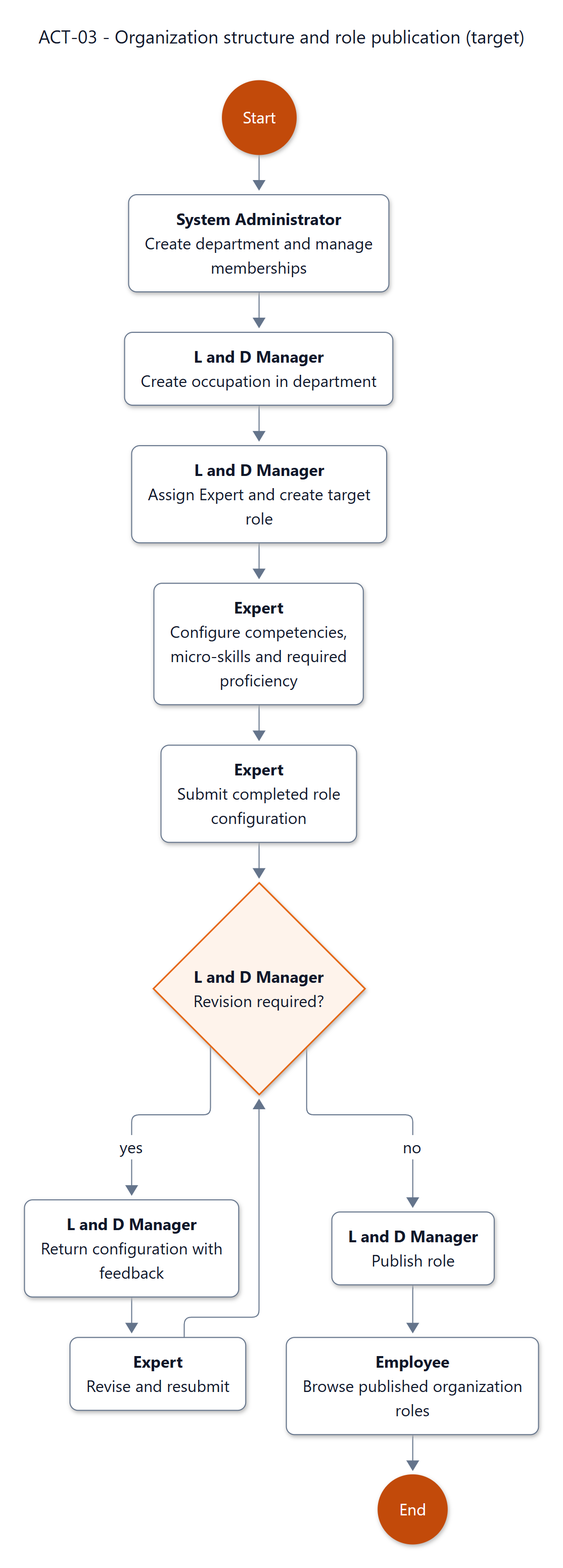
Before: documents/diagrams/mermaid/act-03.png, a diagram exported from Mermaid (SEP490-Fall-2026-GFA26SE64/SEP490). Its source is kept beside it as documents/diagrams/mermaid/act-03.mmd. The source it was exported from:
```mermaid
---
title: "ACT-03 - Organization structure and role publication (target)"
config: {"theme":"base","fontFamily":"Segoe UI, Arial, sans-serif","themeVariables":{"fontFamily":"Segoe UI, Arial, sans-serif","fontSize":"16px","primaryColor":"#ffffff","primaryTextColor":"#0f1729","primaryBorderColor":"#64748b","secondaryColor":"#fef3eb","tertiaryColor":"#ffffff","lineColor":"#64748b","textColor":"#0f1729","mainBkg":"#ffffff","background":"#ffffff","clusterBkg":"#ffffff","clusterBorder":"#64748b","edgeLabelBackground":"#ffffff","titleColor":"#0f1729","noteBkgColor":"#fef3eb","noteTextColor":"#0f1729","noteBorderColor":"#e6650f","secondaryBorderColor":"#64748b","tertiaryBorderColor":"#64748b","secondaryTextColor":"#0f1729","tertiaryTextColor":"#0f1729"},"layout":"elk","elk":{"mergeEdges":false,"nodePlacementStrategy":"NETWORK_SIMPLEX"},"flowchart":{"htmlLabels":true,"nodeSpacing":28,"rankSpacing":56,"curve":"linear","diagramPadding":24,"padding":16,"wrappingWidth":250}}
---
flowchart TD
    SRS_ACT_03_N1(("Start"))
    SRS_ACT_03_N2["<b>System Administrator</b><br/>Create department and manage<br/>memberships"]
    SRS_ACT_03_N3["<b>L and D Manager</b><br/>Create occupation in department"]
    SRS_ACT_03_N4["<b>L and D Manager</b><br/>Assign Expert and create target<br/>role"]
    SRS_ACT_03_N7{"<b>L and D Manager</b><br/>Revision required?"}
    SRS_ACT_03_N8["<b>L and D Manager</b><br/>Return configuration with<br/>feedback"]
    SRS_ACT_03_N10["<b>L and D Manager</b><br/>Publish role"]
    SRS_ACT_03_N5["<b>Expert</b><br/>Configure competencies,<br/>micro-skills and required<br/>proficiency"]
    SRS_ACT_03_N6["<b>Expert</b><br/>Submit completed role<br/>configuration"]
    SRS_ACT_03_N9["<b>Expert</b><br/>Revise and resubmit"]
    SRS_ACT_03_N11["<b>Employee</b><br/>Browse published organization<br/>roles"]
    SRS_ACT_03_N12(("End"))
  SRS_ACT_03_N1 --> SRS_ACT_03_N2
  SRS_ACT_03_N2 --> SRS_ACT_03_N3
  SRS_ACT_03_N3 --> SRS_ACT_03_N4
  SRS_ACT_03_N4 --> SRS_ACT_03_N5
  SRS_ACT_03_N5 --> SRS_ACT_03_N6
  SRS_ACT_03_N6 --> SRS_ACT_03_N7
  SRS_ACT_03_N7 -->|"yes"| SRS_ACT_03_N8
  SRS_ACT_03_N8 --> SRS_ACT_03_N9
  SRS_ACT_03_N9 --> SRS_ACT_03_N7
  SRS_ACT_03_N7 -->|"no"| SRS_ACT_03_N10
  SRS_ACT_03_N10 --> SRS_ACT_03_N11
  SRS_ACT_03_N11 --> SRS_ACT_03_N12

  classDef default fill:#ffffff,stroke:#64748b,color:#0f1729,stroke-width:1px,rx:8,ry:8
  classDef decision fill:#fef3eb,stroke:#e6650f,color:#0f1729,stroke-width:1.5px
  class SRS_ACT_03_N7 decision
  classDef entry fill:#c24a0a,stroke:#c24a0a,color:#ffffff,stroke-width:1.5px
  class SRS_ACT_03_N1,SRS_ACT_03_N12 entry
```
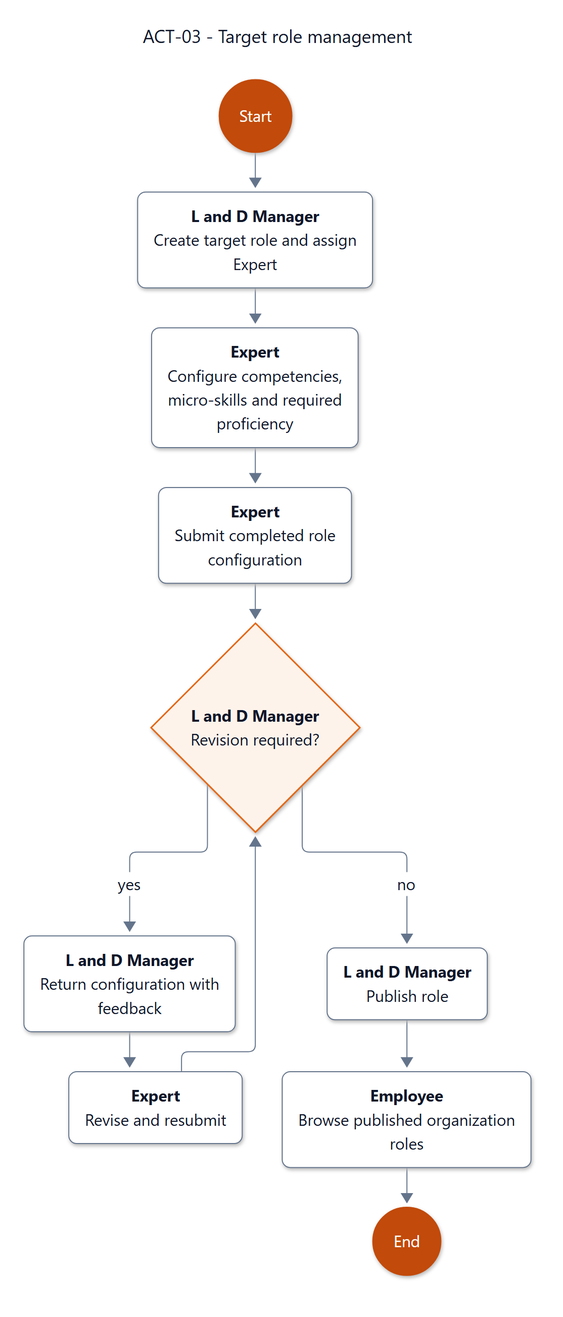
The same diagram one commit later.

Commit message:
change target role documents

What changed in the source:
```diff
@@ -1,12 +1,10 @@
 ---
-title: "ACT-03 - Organization structure and role publication (target)"
+title: "ACT-03 - Target role management"
 config: {"theme":"base","fontFamily":"Segoe UI, Arial, sans-serif","themeVariables":{"fontFamily":"Segoe UI, Arial, sans-serif","fontSize":"16px","primaryColor":"#ffffff","primaryTextColor":"#0f1729","primaryBorderColor":"#64748b","secondaryColor":"#fef3eb","tertiaryColor":"#ffffff","lineColor":"#64748b","textColor":"#0f1729","mainBkg":"#ffffff","background":"#ffffff","clusterBkg":"#ffffff","clusterBorder":"#64748b","edgeLabelBackground":"#ffffff","titleColor":"#0f1729","noteBkgColor":"#fef3eb","noteTextColor":"#0f1729","noteBorderColor":"#e6650f","secondaryBorderColor":"#64748b","tertiaryBorderColor":"#64748b","secondaryTextColor":"#0f1729","tertiaryTextColor":"#0f1729"},"layout":"elk","elk":{"mergeEdges":false,"nodePlacementStrategy":"NETWORK_SIMPLEX"},"flowchart":{"htmlLabels":true,"nodeSpacing":28,"rankSpacing":56,"curve":"linear","diagramPadding":24,"padding":16,"wrappingWidth":250}}
 ---
 flowchart TD
     SRS_ACT_03_N1(("Start"))
-    SRS_ACT_03_N2["<b>System Administrator</b><br/>Create department and manage<br/>memberships"]
-    SRS_ACT_03_N3["<b>L and D Manager</b><br/>Create occupation in department"]
-    SRS_ACT_03_N4["<b>L and D Manager</b><br/>Assign Expert and create target<br/>role"]
+    SRS_ACT_03_N4["<b>L and D Manager</b><br/>Create target role and assign<br/>Expert"]
     SRS_ACT_03_N7{"<b>L and D Manager</b><br/>Revision required?"}
     SRS_ACT_03_N8["<b>L and D Manager</b><br/>Return configuration with<br/>feedback"]
     SRS_ACT_03_N10["<b>L and D Manager</b><br/>Publish role"]
@@ -15,9 +13,7 @@
     SRS_ACT_03_N9["<b>Expert</b><br/>Revise and resubmit"]
     SRS_ACT_03_N11["<b>Employee</b><br/>Browse published organization<br/>roles"]
     SRS_ACT_03_N12(("End"))
-  SRS_ACT_03_N1 --> SRS_ACT_03_N2
-  SRS_ACT_03_N2 --> SRS_ACT_03_N3
-  SRS_ACT_03_N3 --> SRS_ACT_03_N4
+  SRS_ACT_03_N1 --> SRS_ACT_03_N4
   SRS_ACT_03_N4 --> SRS_ACT_03_N5
   SRS_ACT_03_N5 --> SRS_ACT_03_N6
   SRS_ACT_03_N6 --> SRS_ACT_03_N7
```
